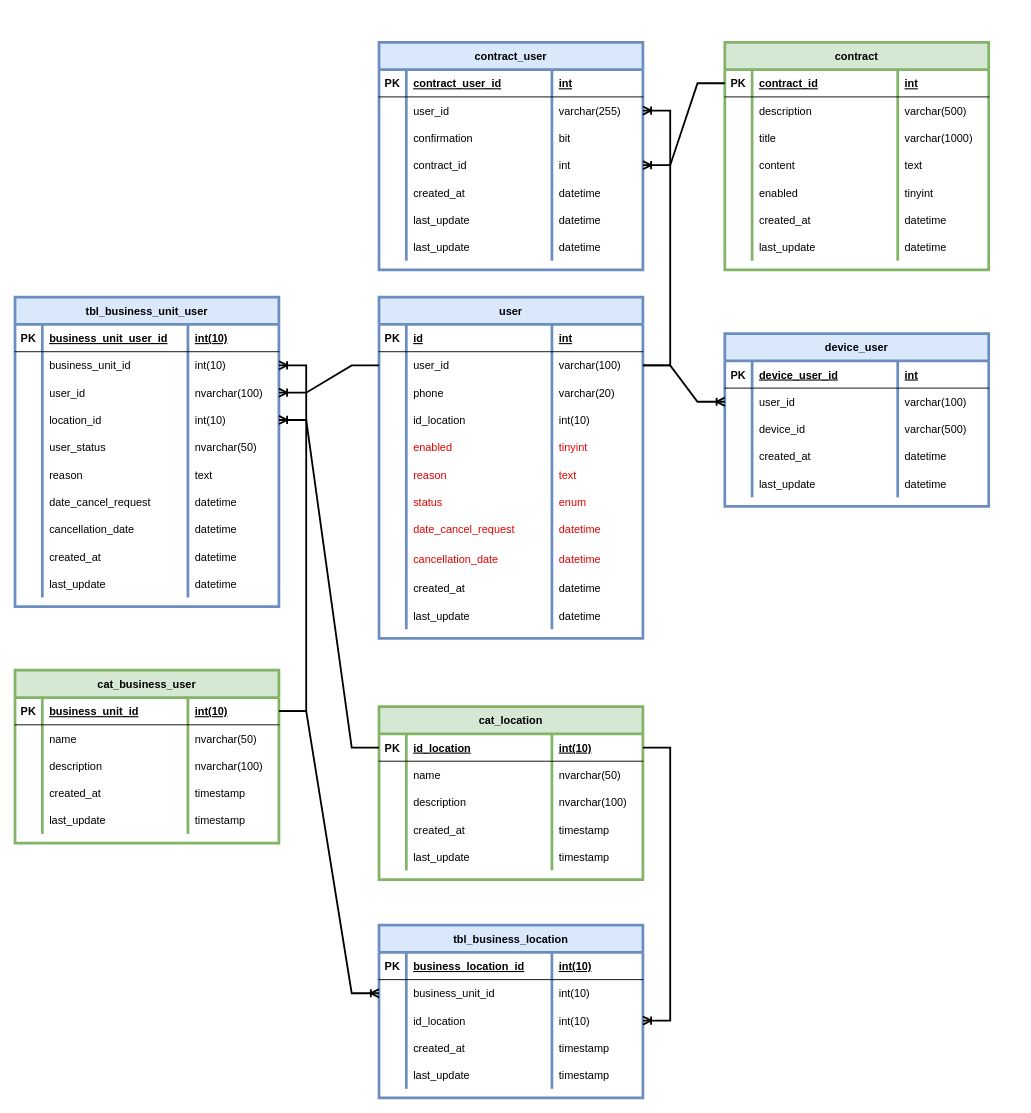
Before: page "Users" (1 of 4) of Data base/E-R Dev.drawio in marcoluisdf/documentacion, a draw.io diagram. Source tidied: cells renumbered, new cells numbered last; positions are measured from the earlier drawing's top-left corner, leaving out a move shared by most shapes. Both pictures are drawn from the tidied source at 91%, with x=0, y=0 at pixel (15, 42).
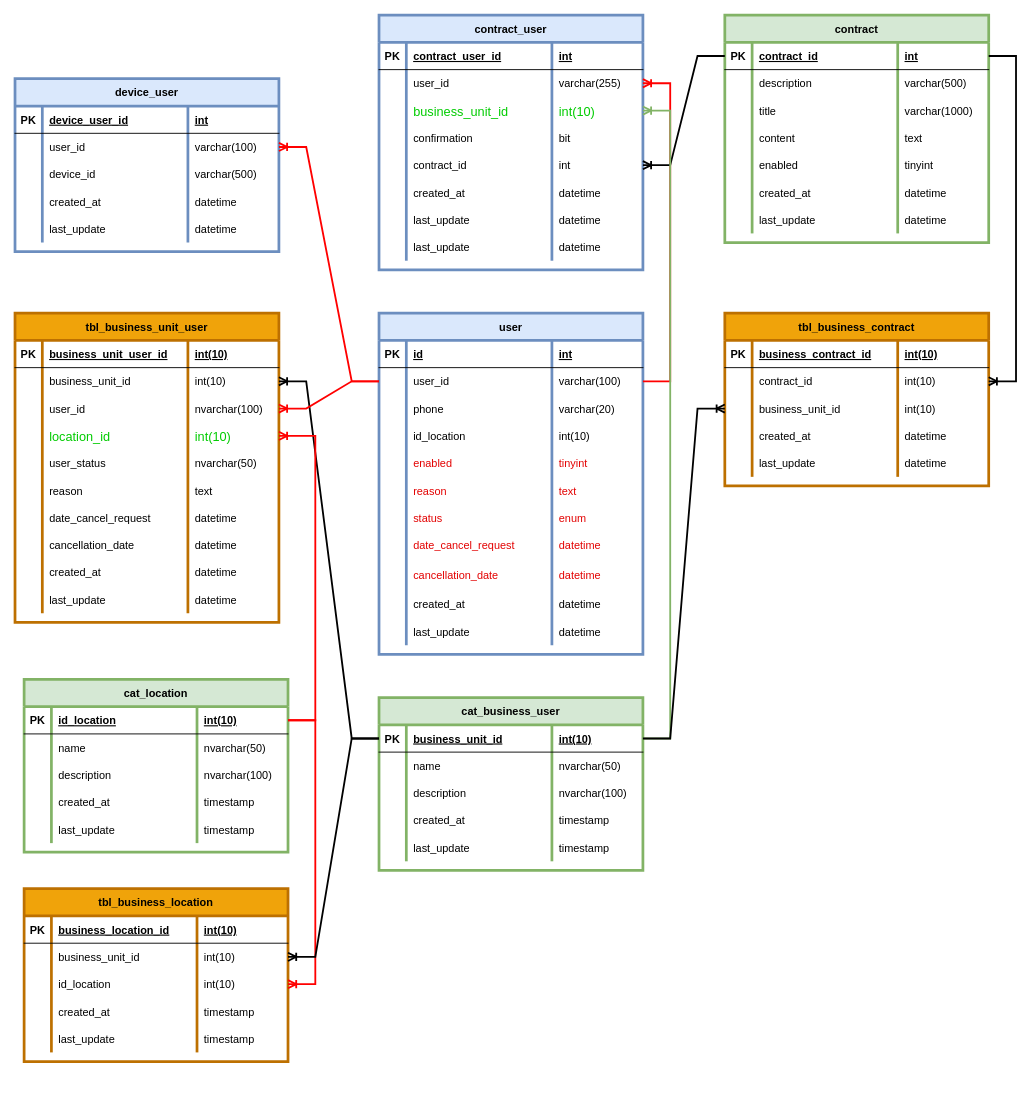
The same diagram, later.

Commit message:
Add tbl_business_contract

The change refers to these unchanged cells:
```xml
<mxCell id="7" style="shape=partialRectangle;fillColor=none;points=[[0,0.5],[1,0.5]];portConstraint=eastwest;top=0;left=0;right=0;bottom=0;" parent="2" vertex="1">
  <mxGeometry y="60" width="290" height="30" as="geometry" />
</mxCell>
<mxCell id="48" style="shape=partialRectangle;fillColor=none;points=[[0,0.5],[1,0.5]];portConstraint=eastwest;top=0;left=0;right=0;bottom=1;" parent="47" vertex="1">
  <mxGeometry y="30" width="290" height="30" as="geometry" />
</mxCell>
<mxCell id="81" style="shape=partialRectangle;fillColor=none;points=[[0,0.5],[1,0.5]];portConstraint=eastwest;top=0;left=0;right=0;bottom=0;" parent="76" vertex="1">
  <mxGeometry y="60" width="290" height="30" as="geometry" />
</mxCell>
<mxCell id="110" style="shape=partialRectangle;fillColor=none;points=[[0,0.5],[1,0.5]];portConstraint=eastwest;top=0;left=0;right=0;bottom=0;" parent="105" vertex="1">
  <mxGeometry y="60" width="290" height="30" as="geometry" />
</mxCell>
<mxCell id="131" style="shape=partialRectangle;fillColor=none;points=[[0,0.5],[1,0.5]];portConstraint=eastwest;top=0;left=0;right=0;bottom=0;" parent="126" vertex="1">
  <mxGeometry y="60" width="290" height="30" as="geometry" />
</mxCell>
<mxCell id="135" style="shape=partialRectangle;fillColor=none;points=[[0,0.5],[1,0.5]];portConstraint=eastwest;top=0;left=0;right=0;bottom=0;" parent="126" vertex="1">
  <mxGeometry y="90" width="290" height="30" as="geometry" />
</mxCell>
<mxCell id="168" style="shape=partialRectangle;fillColor=none;points=[[0,0.5],[1,0.5]];portConstraint=eastwest;top=0;left=0;right=0;bottom=1;" parent="167" vertex="1">
  <mxGeometry y="30" width="290" height="30" as="geometry" />
</mxCell>
<mxCell id="189" style="shape=partialRectangle;fillColor=none;points=[[0,0.5],[1,0.5]];portConstraint=eastwest;top=0;left=0;right=0;bottom=1;" parent="188" vertex="1">
  <mxGeometry y="30" width="290" height="30" as="geometry" />
</mxCell>
<mxCell id="214" style="shape=partialRectangle;fillColor=none;points=[[0,0.5],[1,0.5]];portConstraint=eastwest;top=0;left=0;right=0;bottom=0;" parent="209" vertex="1">
  <mxGeometry y="60" width="290" height="30" as="geometry" />
</mxCell>
<mxCell id="218" style="shape=partialRectangle;fillColor=none;points=[[0,0.5],[1,0.5]];portConstraint=eastwest;top=0;left=0;right=0;bottom=0;" parent="209" vertex="1">
  <mxGeometry y="90" width="290" height="30" as="geometry" />
</mxCell>
```

The edit, as a diff of the source:
```diff
@@
     <mxCell id="2" value="user" style="shape=table;startSize=30;childLayout=tableLayout;rowLines=0;fontStyle=1;align=center;fillColor=#dae8fc;strokeColor=#6c8ebf;strokeWidth=3;" parent="1" vertex="1">
-      <mxGeometry x="400" y="280" width="290" height="375" as="geometry" />
+      <mxGeometry x="400" y="297.5" width="290" height="375" as="geometry" />
     </mxCell>
@@
     <mxCell id="47" value="contract" style="shape=table;startSize=30;childLayout=tableLayout;rowLines=0;fontStyle=1;align=center;strokeColor=#82b366;fillColor=#d5e8d4;strokeWidth=3;" parent="1" vertex="1">
-      <mxGeometry x="780" width="290" height="250" as="geometry" />
+      <mxGeometry x="780" y="-30" width="290" height="250" as="geometry" />
     </mxCell>
@@
     <mxCell id="76" value="contract_user" style="shape=table;startSize=30;childLayout=tableLayout;rowLines=0;fontStyle=1;align=center;strokeColor=#6c8ebf;fillColor=#dae8fc;strokeWidth=3;" parent="1" vertex="1">
-      <mxGeometry x="400" width="290" height="250" as="geometry" />
+      <mxGeometry x="400" y="-30" width="290" height="280" as="geometry" />
     </mxCell>
@@
+    <mxCell id="238" style="shape=partialRectangle;fillColor=none;points=[[0,0.5],[1,0.5]];portConstraint=eastwest;top=0;left=0;right=0;bottom=0;" parent="76" vertex="1">
+      <mxGeometry y="90" width="290" height="30" as="geometry" />
+    </mxCell>
+    <mxCell id="239" style="shape=partialRectangle;overflow=hidden;fillColor=none;top=0;left=0;bottom=0;right=0;" parent="238" vertex="1">
+      <mxGeometry width="30" height="30" as="geometry" />
+    </mxCell>
+    <mxCell id="240" value="business_unit_id" style="shape=partialRectangle;overflow=hidden;fillColor=none;top=0;left=0;bottom=0;right=0;align=left;spacingLeft=6;fontColor=#00CC00;fontSize=14;" parent="238" vertex="1">
+      <mxGeometry x="30" width="160" height="30" as="geometry" />
+    </mxCell>
+    <mxCell id="241" value="int(10)" style="shape=partialRectangle;overflow=hidden;fillColor=none;top=0;left=0;bottom=0;right=0;align=left;spacingLeft=6;fontColor=#00CC00;fontSize=14;" parent="238" vertex="1">
+      <mxGeometry x="190" width="100" height="30" as="geometry" />
+    </mxCell>
     <mxCell id="85" style="shape=partialRectangle;fillColor=none;top=0;left=0;right=0;bottom=0;" parent="76" vertex="1">
-      <mxGeometry y="90" width="290" height="30" as="geometry" />
+      <mxGeometry y="120" width="290" height="30" as="geometry" />
     </mxCell>
@@
     <mxCell id="89" style="shape=partialRectangle;fillColor=none;points=[[0,0.5],[1,0.5]];portConstraint=eastwest;top=0;left=0;right=0;bottom=0;" parent="76" vertex="1">
-      <mxGeometry y="120" width="290" height="30" as="geometry" />
+      <mxGeometry y="150" width="290" height="30" as="geometry" />
     </mxCell>
@@
     <mxCell id="93" style="shape=partialRectangle;fillColor=none;top=0;left=0;right=0;bottom=0;" parent="76" vertex="1">
-      <mxGeometry y="150" width="290" height="30" as="geometry" />
+      <mxGeometry y="180" width="290" height="30" as="geometry" />
     </mxCell>
@@
     <mxCell id="97" style="shape=partialRectangle;fillColor=none;top=0;left=0;right=0;bottom=0;" parent="76" vertex="1">
-      <mxGeometry y="180" width="290" height="30" as="geometry" />
+      <mxGeometry y="210" width="290" height="30" as="geometry" />
     </mxCell>
@@
     <mxCell id="101" style="shape=partialRectangle;fillColor=none;top=0;left=0;right=0;bottom=0;" parent="76" vertex="1">
-      <mxGeometry y="210" width="290" height="30" as="geometry" />
+      <mxGeometry y="240" width="290" height="30" as="geometry" />
     </mxCell>
@@
     <mxCell id="105" value="device_user" style="shape=table;startSize=30;childLayout=tableLayout;rowLines=0;fontStyle=1;align=center;strokeColor=#6c8ebf;fillColor=#dae8fc;strokeWidth=3;" parent="1" vertex="1">
-      <mxGeometry x="780" y="320" width="290" height="190" as="geometry" />
+      <mxGeometry y="40" width="290" height="190" as="geometry" />
     </mxCell>
@@
-    <mxCell id="126" value="tbl_business_unit_user" style="shape=table;startSize=30;childLayout=tableLayout;rowLines=0;fontStyle=1;align=center;fillColor=#dae8fc;strokeColor=#6c8ebf;strokeWidth=3;" parent="1" vertex="1">
-      <mxGeometry y="280" width="290" height="340" as="geometry" />
+    <mxCell id="126" value="tbl_business_unit_user" style="shape=table;startSize=30;childLayout=tableLayout;rowLines=0;fontStyle=1;align=center;fillColor=#f0a30a;strokeColor=#BD7000;strokeWidth=3;fontColor=#000000;" parent="1" vertex="1">
+      <mxGeometry y="297.5" width="290" height="340" as="geometry" />
     </mxCell>
@@
-    <mxCell id="139" style="shape=partialRectangle;fillColor=none;points=[[0,0.5],[1,0.5]];portConstraint=eastwest;top=0;left=0;right=0;bottom=0;" parent="126" vertex="1">
+    <mxCell id="139" style="shape=partialRectangle;fillColor=none;points=[[0,0.5],[1,0.5]];portConstraint=eastwest;top=0;left=0;right=0;bottom=0;fontColor=#00CC00;" parent="126" vertex="1">
       <mxGeometry y="120" width="290" height="30" as="geometry" />
     </mxCell>
@@
-    <mxCell id="141" value="location_id" style="shape=partialRectangle;overflow=hidden;fillColor=none;top=0;left=0;bottom=0;right=0;align=left;spacingLeft=6;" parent="139" vertex="1">
+    <mxCell id="141" value="location_id" style="shape=partialRectangle;overflow=hidden;fillColor=none;top=0;left=0;bottom=0;right=0;align=left;spacingLeft=6;fontColor=#00CC00;fontSize=14;" parent="139" vertex="1">
       <mxGeometry x="30" width="160" height="30" as="geometry" />
     </mxCell>
-    <mxCell id="142" value="int(10)" style="shape=partialRectangle;overflow=hidden;fillColor=none;top=0;left=0;bottom=0;right=0;align=left;spacingLeft=6;" parent="139" vertex="1">
+    <mxCell id="142" value="int(10)" style="shape=partialRectangle;overflow=hidden;fillColor=none;top=0;left=0;bottom=0;right=0;align=left;spacingLeft=6;fontColor=#00CC00;fontSize=14;" parent="139" vertex="1">
       <mxGeometry x="190" width="100" height="30" as="geometry" />
     </mxCell>
@@
     <mxCell id="167" value="cat_business_user" style="shape=table;startSize=30;childLayout=tableLayout;rowLines=0;fontStyle=1;align=center;fillColor=#d5e8d4;strokeColor=#82b366;strokeWidth=3;" parent="1" vertex="1">
-      <mxGeometry y="690" width="290" height="190" as="geometry" />
+      <mxGeometry x="400" y="720" width="290" height="190" as="geometry" />
     </mxCell>
@@
     <mxCell id="188" value="cat_location" style="shape=table;startSize=30;childLayout=tableLayout;rowLines=0;fontStyle=1;align=center;fillColor=#d5e8d4;strokeColor=#82b366;strokeWidth=3;" parent="1" vertex="1">
-      <mxGeometry x="400" y="730" width="290" height="190" as="geometry" />
+      <mxGeometry x="10" y="700" width="290" height="190" as="geometry" />
     </mxCell>
@@
-    <mxCell id="209" value="tbl_business_location" style="shape=table;startSize=30;childLayout=tableLayout;rowLines=0;fontStyle=1;align=center;fillColor=#dae8fc;strokeColor=#6c8ebf;strokeWidth=3;" parent="1" vertex="1">
-      <mxGeometry x="400" y="970" width="290" height="190" as="geometry" />
+    <mxCell id="209" value="tbl_business_location" style="shape=table;startSize=30;childLayout=tableLayout;rowLines=0;fontStyle=1;align=center;fillColor=#f0a30a;strokeColor=#BD7000;strokeWidth=3;fontColor=#000000;" parent="1" vertex="1">
+      <mxGeometry x="10" y="930" width="290" height="190" as="geometry" />
     </mxCell>
@@
-    <mxCell id="230" style="edgeStyle=entityRelationEdgeStyle;fontSize=12;html=1;endArrow=ERoneToMany;rounded=0;strokeWidth=2;" parent="1" edge="1" source="189" target="218">
+    <mxCell id="230" style="edgeStyle=entityRelationEdgeStyle;fontSize=12;html=1;endArrow=ERoneToMany;rounded=0;strokeWidth=2;fillColor=#e51400;strokeColor=#FF0000;" parent="1" edge="1" source="189" target="218">
       <mxGeometry relative="1" as="geometry" />
     </mxCell>
-    <mxCell id="231" style="edgeStyle=entityRelationEdgeStyle;fontSize=12;html=1;endArrow=ERoneToMany;rounded=0;strokeWidth=2;" parent="1" edge="1" source="168" target="214">
+    <mxCell id="231" style="edgeStyle=entityRelationEdgeStyle;fontSize=12;html=1;endArrow=ERoneToMany;rounded=0;strokeWidth=2;fillColor=#e1d5e7;strokeColor=#000000;" parent="1" edge="1" source="168" target="214">
       <mxGeometry relative="1" as="geometry" />
     </mxCell>
-    <mxCell id="232" style="edgeStyle=entityRelationEdgeStyle;fontSize=12;html=1;endArrow=ERoneToMany;rounded=0;strokeWidth=2;" parent="1" edge="1" source="168" target="131">
+    <mxCell id="232" style="edgeStyle=entityRelationEdgeStyle;fontSize=12;html=1;endArrow=ERoneToMany;rounded=0;strokeWidth=2;fillColor=#e1d5e7;strokeColor=#000000;" parent="1" edge="1" source="168" target="131">
       <mxGeometry relative="1" as="geometry" />
     </mxCell>
-    <mxCell id="233" style="edgeStyle=entityRelationEdgeStyle;fontSize=12;html=1;endArrow=ERoneToMany;rounded=0;strokeWidth=2;" parent="1" edge="1" source="7" target="81">
+    <mxCell id="233" style="edgeStyle=entityRelationEdgeStyle;fontSize=12;html=1;endArrow=ERoneToMany;rounded=0;strokeWidth=2;strokeColor=#FF0000;shadow=0;" parent="1" edge="1" source="7" target="81">
       <mxGeometry relative="1" as="geometry" />
     </mxCell>
-    <mxCell id="234" style="edgeStyle=entityRelationEdgeStyle;fontSize=12;html=1;endArrow=ERoneToMany;rounded=0;strokeWidth=2;" parent="1" edge="1" source="7" target="110">
+    <mxCell id="234" style="edgeStyle=entityRelationEdgeStyle;fontSize=12;html=1;endArrow=ERoneToMany;rounded=0;strokeWidth=2;strokeColor=#FF0000;" parent="1" edge="1" source="7" target="110">
       <mxGeometry relative="1" as="geometry" />
     </mxCell>
@@
-    <mxCell id="236" style="edgeStyle=entityRelationEdgeStyle;fontSize=12;html=1;endArrow=ERoneToMany;rounded=0;strokeWidth=2;" parent="1" edge="1" source="189" target="139">
+    <mxCell id="236" style="edgeStyle=entityRelationEdgeStyle;fontSize=12;html=1;endArrow=ERoneToMany;rounded=0;strokeWidth=2;fillColor=#f0a30a;strokeColor=#FF0000;" parent="1" edge="1" source="189" target="139">
       <mxGeometry relative="1" as="geometry" />
     </mxCell>
-    <mxCell id="237" style="edgeStyle=entityRelationEdgeStyle;fontSize=12;html=1;endArrow=ERoneToMany;rounded=0;strokeWidth=2;" parent="1" edge="1" source="7" target="135">
+    <mxCell id="237" style="edgeStyle=entityRelationEdgeStyle;fontSize=12;html=1;endArrow=ERoneToMany;rounded=0;strokeWidth=2;strokeColor=#FF0000;" parent="1" edge="1" source="7" target="135">
       <mxGeometry relative="1" as="geometry" />
     </mxCell>
+    <mxCell id="242" style="edgeStyle=entityRelationEdgeStyle;fontSize=12;html=1;endArrow=ERoneToMany;rounded=0;strokeWidth=2;fillColor=#d5e8d4;strokeColor=#82b366;gradientColor=#97d077;" parent="1" edge="1" source="168" target="238">
+      <mxGeometry relative="1" as="geometry" />
+    </mxCell>
+    <mxCell id="243" value="tbl_business_contract" style="shape=table;startSize=30;childLayout=tableLayout;rowLines=0;fontStyle=1;align=center;strokeColor=#BD7000;fillColor=#f0a30a;strokeWidth=3;fontColor=#000000;" parent="1" vertex="1">
+      <mxGeometry x="780" y="297.5" width="290" height="190" as="geometry" />
+    </mxCell>
+    <mxCell id="244" style="shape=partialRectangle;fillColor=none;top=0;left=0;right=0;bottom=1;" parent="243" vertex="1">
+      <mxGeometry y="30" width="290" height="30" as="geometry" />
+    </mxCell>
+    <mxCell id="245" value="PK" style="shape=partialRectangle;overflow=hidden;fillColor=none;top=0;left=0;bottom=0;right=0;fontStyle=1;" parent="244" vertex="1">
+      <mxGeometry width="30" height="30" as="geometry" />
+    </mxCell>
+    <mxCell id="246" value="business_contract_id" style="shape=partialRectangle;overflow=hidden;fillColor=none;top=0;left=0;bottom=0;right=0;align=left;spacingLeft=6;fontStyle=5;" parent="244" vertex="1">
+      <mxGeometry x="30" width="160" height="30" as="geometry" />
+    </mxCell>
+    <mxCell id="247" value="int(10)" style="shape=partialRectangle;overflow=hidden;fillColor=none;top=0;left=0;bottom=0;right=0;align=left;spacingLeft=6;fontStyle=5;" parent="244" vertex="1">
+      <mxGeometry x="190" width="100" height="30" as="geometry" />
+    </mxCell>
+    <mxCell id="248" style="shape=partialRectangle;fillColor=none;points=[[0,0.5],[1,0.5]];portConstraint=eastwest;top=0;left=0;right=0;bottom=0;" parent="243" vertex="1">
+      <mxGeometry y="60" width="290" height="30" as="geometry" />
+    </mxCell>
+    <mxCell id="249" style="shape=partialRectangle;overflow=hidden;fillColor=none;top=0;left=0;bottom=0;right=0;" parent="248" vertex="1">
+      <mxGeometry width="30" height="30" as="geometry" />
+    </mxCell>
+    <mxCell id="250" value="contract_id" style="shape=partialRectangle;overflow=hidden;fillColor=none;top=0;left=0;bottom=0;right=0;align=left;spacingLeft=6;" parent="248" vertex="1">
+      <mxGeometry x="30" width="160" height="30" as="geometry" />
+    </mxCell>
+    <mxCell id="251" value="int(10)" style="shape=partialRectangle;overflow=hidden;fillColor=none;top=0;left=0;bottom=0;right=0;align=left;spacingLeft=6;" parent="248" vertex="1">
+      <mxGeometry x="190" width="100" height="30" as="geometry" />
+    </mxCell>
+    <mxCell id="252" style="shape=partialRectangle;fillColor=none;points=[[0,0.5],[1,0.5]];portConstraint=eastwest;top=0;left=0;right=0;bottom=0;" parent="243" vertex="1">
+      <mxGeometry y="90" width="290" height="30" as="geometry" />
+    </mxCell>
+    <mxCell id="253" style="shape=partialRectangle;overflow=hidden;fillColor=none;top=0;left=0;bottom=0;right=0;" parent="252" vertex="1">
+      <mxGeometry width="30" height="30" as="geometry" />
+    </mxCell>
+    <mxCell id="254" value="business_unit_id" style="shape=partialRectangle;overflow=hidden;fillColor=none;top=0;left=0;bottom=0;right=0;align=left;spacingLeft=6;" parent="252" vertex="1">
+      <mxGeometry x="30" width="160" height="30" as="geometry" />
+    </mxCell>
+    <mxCell id="255" value="int(10)" style="shape=partialRectangle;overflow=hidden;fillColor=none;top=0;left=0;bottom=0;right=0;align=left;spacingLeft=6;" parent="252" vertex="1">
+      <mxGeometry x="190" width="100" height="30" as="geometry" />
+    </mxCell>
+    <mxCell id="256" style="shape=partialRectangle;fillColor=none;top=0;left=0;right=0;bottom=0;" parent="243" vertex="1">
+      <mxGeometry y="120" width="290" height="30" as="geometry" />
+    </mxCell>
+    <mxCell id="257" style="shape=partialRectangle;overflow=hidden;fillColor=none;top=0;left=0;bottom=0;right=0;" parent="256" vertex="1">
+      <mxGeometry width="30" height="30" as="geometry" />
+    </mxCell>
+    <mxCell id="258" value="created_at" style="shape=partialRectangle;overflow=hidden;fillColor=none;top=0;left=0;bottom=0;right=0;align=left;spacingLeft=6;" parent="256" vertex="1">
+      <mxGeometry x="30" width="160" height="30" as="geometry" />
+    </mxCell>
+    <mxCell id="259" value="datetime" style="shape=partialRectangle;overflow=hidden;fillColor=none;top=0;left=0;bottom=0;right=0;align=left;spacingLeft=6;" parent="256" vertex="1">
+      <mxGeometry x="190" width="100" height="30" as="geometry" />
+    </mxCell>
+    <mxCell id="260" style="shape=partialRectangle;fillColor=none;top=0;left=0;right=0;bottom=0;" parent="243" vertex="1">
+      <mxGeometry y="150" width="290" height="30" as="geometry" />
+    </mxCell>
+    <mxCell id="261" style="shape=partialRectangle;overflow=hidden;fillColor=none;top=0;left=0;bottom=0;right=0;" parent="260" vertex="1">
+      <mxGeometry width="30" height="30" as="geometry" />
+    </mxCell>
+    <mxCell id="262" value="last_update" style="shape=partialRectangle;overflow=hidden;fillColor=none;top=0;left=0;bottom=0;right=0;align=left;spacingLeft=6;" parent="260" vertex="1">
+      <mxGeometry x="30" width="160" height="30" as="geometry" />
+    </mxCell>
+    <mxCell id="263" value="datetime" style="shape=partialRectangle;overflow=hidden;fillColor=none;top=0;left=0;bottom=0;right=0;align=left;spacingLeft=6;" parent="260" vertex="1">
+      <mxGeometry x="190" width="100" height="30" as="geometry" />
+    </mxCell>
+    <mxCell id="264" style="edgeStyle=entityRelationEdgeStyle;fontSize=12;html=1;endArrow=ERoneToMany;rounded=0;strokeWidth=2;" parent="1" edge="1" source="168" target="252">
+      <mxGeometry relative="1" as="geometry" />
+    </mxCell>
+    <mxCell id="265" style="edgeStyle=entityRelationEdgeStyle;fontSize=12;html=1;endArrow=ERoneToMany;rounded=0;strokeWidth=2;" parent="1" edge="1" source="48" target="248">
+      <mxGeometry relative="1" as="geometry" />
+    </mxCell>
```
